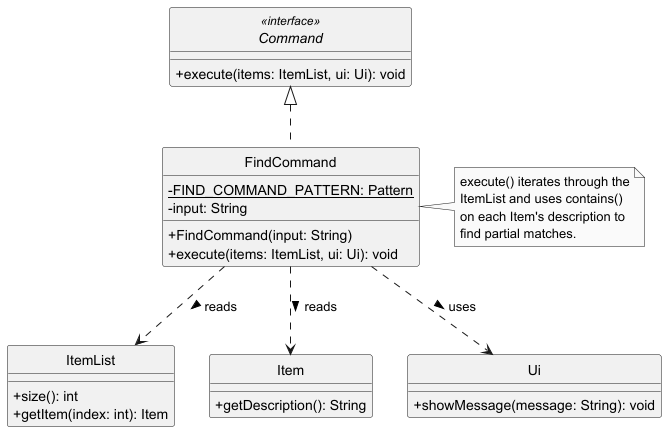
Above: docs/diagrams/FindClassDiagram.png in adbsw/tp (PlantUML), before the change.
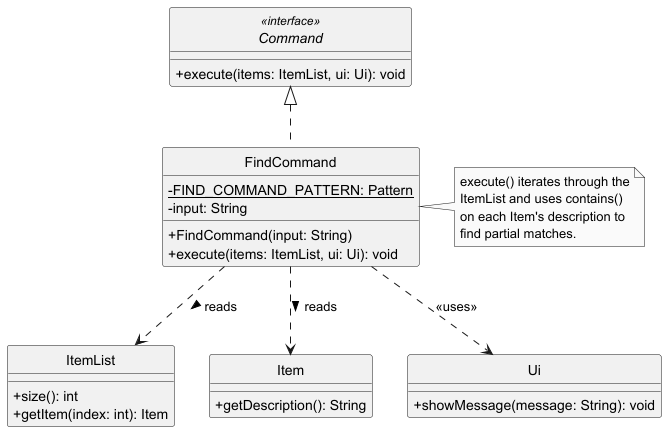
Later version of the same file.

Diff of the diagram source:
```diff
@@ -34,7 +34,7 @@
 
 FindCommand ..> ItemList : reads >
 FindCommand ..> Item : reads >
-FindCommand ..> Ui : uses >
+FindCommand ..> Ui : <<uses>>
 
 note right of FindCommand
   execute() iterates through the
```
